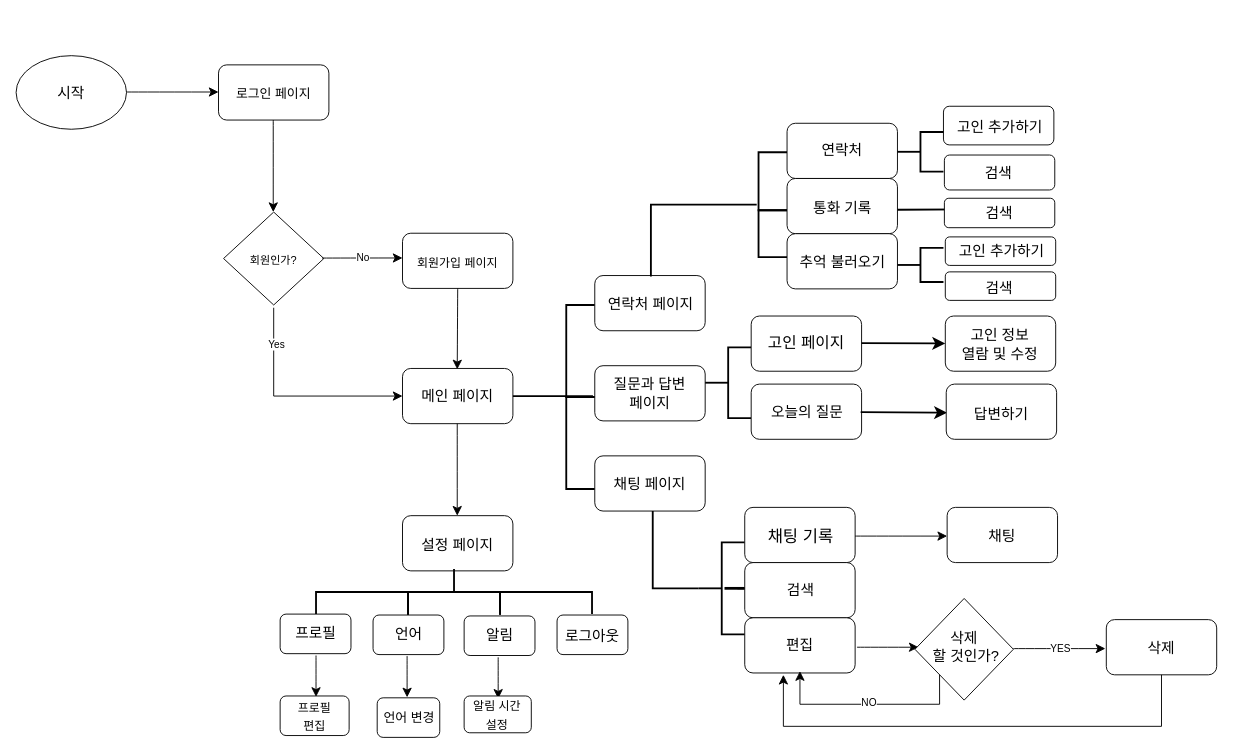
qaq1118/samsoong keeps this draw.io diagram as page "페이지-2" (2 of 2) of version1.drawio. Above is the earlier version. Source tidied: cells renumbered, new cells numbered last; positions are measured from the earlier drawing's top-left corner, leaving out a move shared by most shapes. Both pictures are drawn from the tidied source at 92%, with x=0, y=0 at pixel (16, 55).
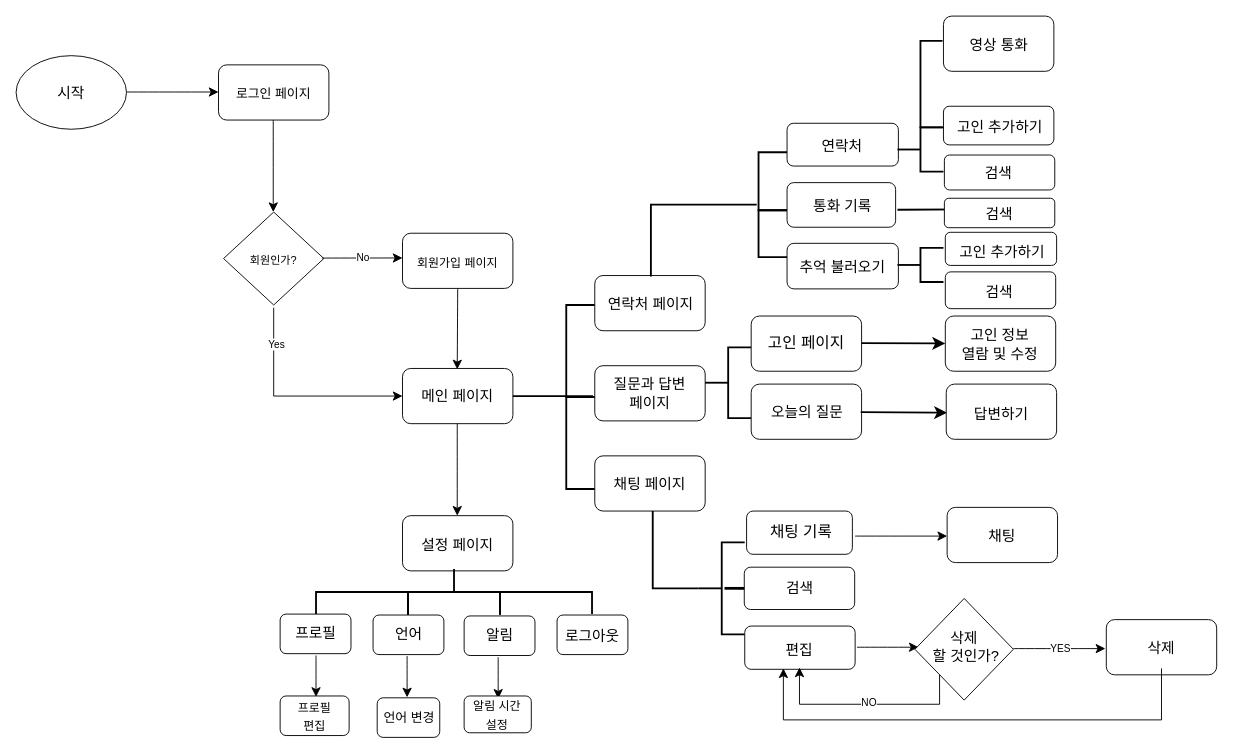
After the change.

The change refers to these unchanged cells:
```xml
<mxCell id="81" style="rounded=1;whiteSpace=wrap;html=1;" parent="1" vertex="1">
  <mxGeometry x="1185" y="613" width="120" height="60" as="geometry" />
</mxCell>
```

The edit, as a diff of the source:
```diff
@@
     <mxCell id="33" style="rounded=1;whiteSpace=wrap;html=1;" parent="1" vertex="1">
-      <mxGeometry x="838" y="73.5" width="120" height="60" as="geometry" />
+      <mxGeometry x="838" y="73.5" width="121" height="46.5" as="geometry" />
     </mxCell>
     <mxCell id="34" style="rounded=1;whiteSpace=wrap;html=1;" parent="1" vertex="1">
-      <mxGeometry x="838" y="133.5" width="120" height="60" as="geometry" />
+      <mxGeometry x="838" y="138" width="118" height="48.5" as="geometry" />
     </mxCell>
     <mxCell id="35" style="rounded=1;whiteSpace=wrap;html=1;" parent="1" vertex="1">
-      <mxGeometry x="838" y="193.5" width="120" height="60" as="geometry" />
+      <mxGeometry x="838" y="204" width="121" height="49.5" as="geometry" />
     </mxCell>
     <mxCell id="36" value="연락처" style="text;html=1;whiteSpace=wrap;strokeColor=none;fillColor=none;align=center;verticalAlign=middle;rounded=0;fontSize=16;" parent="1" vertex="1">
-      <mxGeometry x="868" y="88" width="60" height="30" as="geometry" />
+      <mxGeometry x="868" y="83" width="60" height="30" as="geometry" />
     </mxCell>
     <mxCell id="37" value="통화 기록" style="text;html=1;whiteSpace=wrap;strokeColor=none;fillColor=none;align=center;verticalAlign=middle;rounded=0;fontSize=16;" parent="1" vertex="1">
-      <mxGeometry x="859.5" y="150" width="77" height="30" as="geometry" />
+      <mxGeometry x="859.5" y="148" width="77" height="30" as="geometry" />
     </mxCell>
     <mxCell id="38" value="추억 불러오기" style="text;html=1;whiteSpace=wrap;strokeColor=none;fillColor=none;align=center;verticalAlign=middle;rounded=0;fontSize=16;" parent="1" vertex="1">
-      <mxGeometry x="843.5" y="208.5" width="109" height="30" as="geometry" />
+      <mxGeometry x="843.5" y="214.5" width="109" height="30" as="geometry" />
     </mxCell>
@@
     <mxCell id="41" style="strokeWidth=2;html=1;shape=mxgraph.flowchart.annotation_2;align=left;labelPosition=right;" parent="1" vertex="1">
-      <mxGeometry x="958" y="83" width="50" height="43" as="geometry" />
+      <mxGeometry x="958" y="78" width="50" height="48" as="geometry" />
     </mxCell>
@@
     <mxCell id="46" value="검색" style="text;html=1;whiteSpace=wrap;strokeColor=none;fillColor=none;align=center;verticalAlign=middle;rounded=0;fontSize=16;" parent="1" vertex="1">
-      <mxGeometry x="1039" y="156" width="60" height="30" as="geometry" />
+      <mxGeometry x="1039" y="157" width="60" height="30" as="geometry" />
     </mxCell>
@@
     <mxCell id="48" style="rounded=1;whiteSpace=wrap;html=1;" parent="1" vertex="1">
-      <mxGeometry x="1010" y="235" width="120" height="31" as="geometry" />
+      <mxGeometry x="1010" y="235" width="120" height="40" as="geometry" />
     </mxCell>
     <mxCell id="49" value="검색" style="text;html=1;whiteSpace=wrap;strokeColor=none;fillColor=none;align=center;verticalAlign=middle;rounded=0;fontSize=16;" parent="1" vertex="1">
-      <mxGeometry x="1039" y="237" width="60" height="30" as="geometry" />
+      <mxGeometry x="1039" y="242" width="60" height="30" as="geometry" />
     </mxCell>
     <mxCell id="50" style="rounded=1;whiteSpace=wrap;html=1;" parent="1" vertex="1">
-      <mxGeometry x="1010" y="197" width="120" height="31" as="geometry" />
+      <mxGeometry x="1010" y="192" width="121" height="36" as="geometry" />
     </mxCell>
     <mxCell id="51" value="고인 추가하기" style="text;html=1;whiteSpace=wrap;strokeColor=none;fillColor=none;align=center;verticalAlign=middle;rounded=0;fontSize=16;" parent="1" vertex="1">
-      <mxGeometry x="1005.5" y="197" width="131" height="30" as="geometry" />
+      <mxGeometry x="1004.2" y="205.5" width="135.5" height="14" as="geometry" />
     </mxCell>
@@
     <mxCell id="68" style="rounded=1;whiteSpace=wrap;html=1;" parent="1" vertex="1">
-      <mxGeometry x="792" y="491" width="120" height="60" as="geometry" />
+      <mxGeometry x="794" y="495" width="115" height="47" as="geometry" />
     </mxCell>
     <mxCell id="69" style="rounded=1;whiteSpace=wrap;html=1;" parent="1" vertex="1">
-      <mxGeometry x="792" y="551" width="120" height="60" as="geometry" />
+      <mxGeometry x="791.5" y="556" width="120" height="46" as="geometry" />
     </mxCell>
     <mxCell id="70" style="rounded=1;whiteSpace=wrap;html=1;" parent="1" vertex="1">
-      <mxGeometry x="792" y="611" width="120" height="60" as="geometry" />
+      <mxGeometry x="792" y="620" width="120" height="47" as="geometry" />
     </mxCell>
-    <mxCell id="71" value="&lt;font style=&quot;font-size: 18px;&quot;&gt;채팅 기록&lt;/font&gt;" style="text;html=1;whiteSpace=wrap;strokeColor=none;fillColor=none;align=center;verticalAlign=middle;rounded=0;fontSize=16;" parent="1" vertex="1">
-      <mxGeometry x="796" y="495" width="114" height="56" as="geometry" />
+    <mxCell id="71" value="&lt;font style=&quot;font-size: 17px;&quot;&gt;채팅 기록&lt;/font&gt;" style="text;html=1;whiteSpace=wrap;strokeColor=none;fillColor=none;align=center;verticalAlign=middle;rounded=0;fontSize=16;" parent="1" vertex="1">
+      <mxGeometry x="807" y="499" width="93" height="40" as="geometry" />
     </mxCell>
     <mxCell id="72" value="검색" style="text;html=1;whiteSpace=wrap;strokeColor=none;fillColor=none;align=center;verticalAlign=middle;rounded=0;fontSize=16;" parent="1" vertex="1">
-      <mxGeometry x="796" y="553" width="114" height="56" as="geometry" />
+      <mxGeometry x="794.5" y="551" width="114" height="56" as="geometry" />
     </mxCell>
     <mxCell id="73" value="편집" style="text;html=1;whiteSpace=wrap;strokeColor=none;fillColor=none;align=center;verticalAlign=middle;rounded=0;fontSize=16;" parent="1" vertex="1">
-      <mxGeometry x="795" y="613" width="114" height="56" as="geometry" />
+      <mxGeometry x="795" y="627" width="113" height="38" as="geometry" />
     </mxCell>
@@
-    <mxCell id="83" style="edgeStyle=segmentEdgeStyle;endArrow=classic;html=1;curved=0;rounded=0;endSize=8;startSize=8;fontSize=12;exitX=0.5;exitY=1;exitDx=0;exitDy=0;entryX=1;entryY=0.25;entryDx=0;entryDy=0;" parent="1" edge="1" source="81">
+    <mxCell id="83" style="edgeStyle=segmentEdgeStyle;endArrow=classic;html=1;curved=0;rounded=0;endSize=8;startSize=8;fontSize=12;exitX=0.5;exitY=1;exitDx=0;exitDy=0;entryX=1;entryY=0.25;entryDx=0;entryDy=0;" parent="1" edge="1">
       <mxGeometry relative="1" as="geometry">
-        <mxPoint x="834" y="673" as="targetPoint" />
+        <mxPoint x="1245" y="666" as="sourcePoint" />
+        <mxPoint x="834" y="666" as="targetPoint" />
         <Array as="points">
-          <mxPoint x="1245" y="729" />
-          <mxPoint x="834" y="729" />
+          <mxPoint x="1245" y="722" />
+          <mxPoint x="834" y="722" />
         </Array>
       </mxGeometry>
     </mxCell>
@@
+    <mxCell id="107" style="edgeStyle=none;curved=1;rounded=0;orthogonalLoop=1;jettySize=auto;html=1;exitX=1;exitY=0.5;exitDx=0;exitDy=0;fontSize=12;startSize=8;endSize=8;" parent="1" edge="1" source="69" target="69">
+      <mxGeometry relative="1" as="geometry" />
+    </mxCell>
+    <mxCell id="108" style="strokeWidth=2;html=1;shape=mxgraph.flowchart.annotation_1;align=left;" parent="1" vertex="1">
+      <mxGeometry x="983" y="-16" width="24" height="94" as="geometry" />
+    </mxCell>
+    <mxCell id="109" style="rounded=1;whiteSpace=wrap;html=1;" parent="1" vertex="1">
+      <mxGeometry x="1008" y="-43" width="120" height="60" as="geometry" />
+    </mxCell>
+    <mxCell id="110" value="영상 통화" style="text;html=1;whiteSpace=wrap;strokeColor=none;fillColor=none;align=center;verticalAlign=middle;rounded=0;fontSize=16;" parent="1" vertex="1">
+      <mxGeometry x="1009" y="-40" width="119" height="56" as="geometry" />
+    </mxCell>
+    <mxCell id="111" style="edgeStyle=none;curved=1;rounded=0;orthogonalLoop=1;jettySize=auto;html=1;exitX=0.5;exitY=1;exitDx=0;exitDy=0;exitPerimeter=0;fontSize=12;startSize=8;endSize=8;" parent="1" edge="1" source="108" target="108">
+      <mxGeometry relative="1" as="geometry" />
+    </mxCell>
+    <mxCell id="112" style="edgeStyle=none;curved=1;rounded=0;orthogonalLoop=1;jettySize=auto;html=1;exitX=0.5;exitY=1;exitDx=0;exitDy=0;exitPerimeter=0;fontSize=12;startSize=8;endSize=8;" parent="1" edge="1" source="108" target="108">
+      <mxGeometry relative="1" as="geometry" />
+    </mxCell>
```
